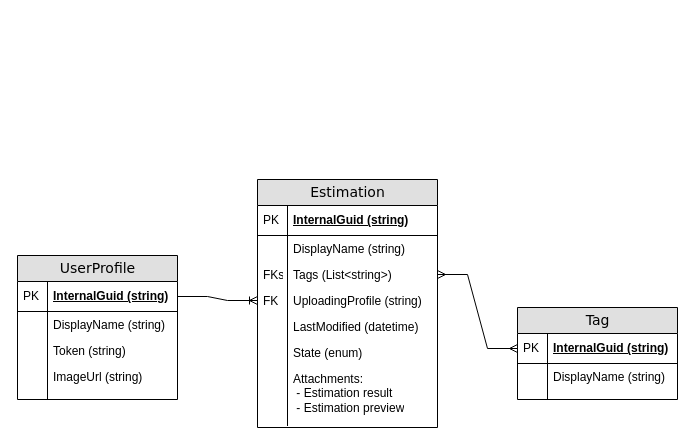
fierc3/poseify keeps this draw.io diagram as Docs/Draw.Io/DatabaseStructure.drawio. Above is the earlier version. Source tidied: cells renumbered, new cells numbered last; positions are measured from the earlier drawing's top-left corner, leaving out a move shared by most shapes. Both pictures are drawn from the tidied source at 100%, with x=0, y=0 at pixel (17, 179).
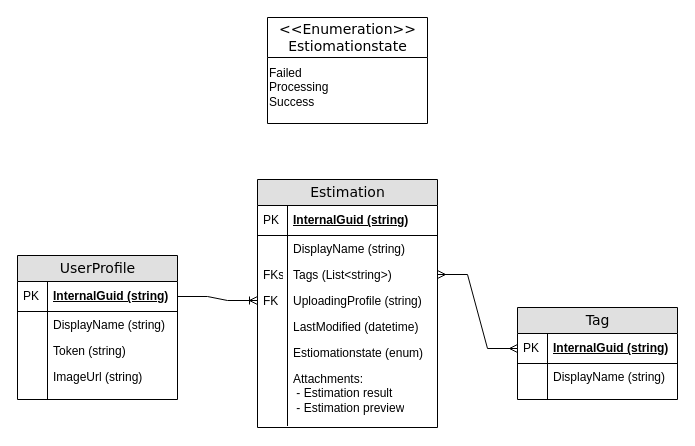
The same diagram, later.

Commit message:
estimationstate enum db structure

Added EstimationState Enum to DB diagram

Unchanged cells that the change refers to:
```xml
<mxCell id="9" value="Estimation" style="swimlane;html=1;fontStyle=0;horizontal=1;startSize=26;fillColor=#e0e0e0;swimlaneFillColor=#ffffff;align=center;rounded=0;shadow=0;comic=0;labelBackgroundColor=none;strokeWidth=1;fontFamily=Verdana;fontSize=14;" parent="1" vertex="1">
  <mxGeometry x="240" width="180" height="248" as="geometry" />
</mxCell>
```

The edit, as a diff of the source:
```diff
@@
-    <mxCell id="20" value="State (enum)" style="shape=partialRectangle;top=0;left=0;right=0;bottom=0;html=1;align=left;verticalAlign=top;fillColor=none;spacingLeft=34;spacingRight=4;whiteSpace=wrap;overflow=hidden;" parent="9" vertex="1">
+    <mxCell id="20" value="Estiomationstate (enum)" style="shape=partialRectangle;top=0;left=0;right=0;bottom=0;html=1;align=left;verticalAlign=top;fillColor=none;spacingLeft=34;spacingRight=4;whiteSpace=wrap;overflow=hidden;" parent="9" vertex="1">
       <mxGeometry y="160" width="180" height="26" as="geometry" />
     </mxCell>
@@
+    <mxCell id="37" value="&amp;lt;&amp;lt;Enumeration&amp;gt;&amp;gt;&lt;br&gt;Estiomationstate" style="swimlane;html=1;fontStyle=0;horizontal=1;startSize=40;fillColor=#FFFFFF;swimlaneFillColor=#ffffff;align=center;rounded=0;shadow=0;comic=0;labelBackgroundColor=none;strokeWidth=1;fontFamily=Verdana;fontSize=14;swimlaneLine=1;" parent="1" vertex="1">
+      <mxGeometry x="250" y="-162" width="160" height="106" as="geometry" />
+    </mxCell>
+    <mxCell id="38" value="Failed&lt;br&gt;Processing&lt;br&gt;&lt;div style=&quot;&quot;&gt;&lt;span style=&quot;background-color: initial;&quot;&gt;Success&lt;/span&gt;&lt;/div&gt;" style="text;html=1;align=left;verticalAlign=middle;strokeColor=none;fillColor=none;" parent="37" vertex="1">
+      <mxGeometry y="40" width="160" height="60" as="geometry" />
+    </mxCell>
```
